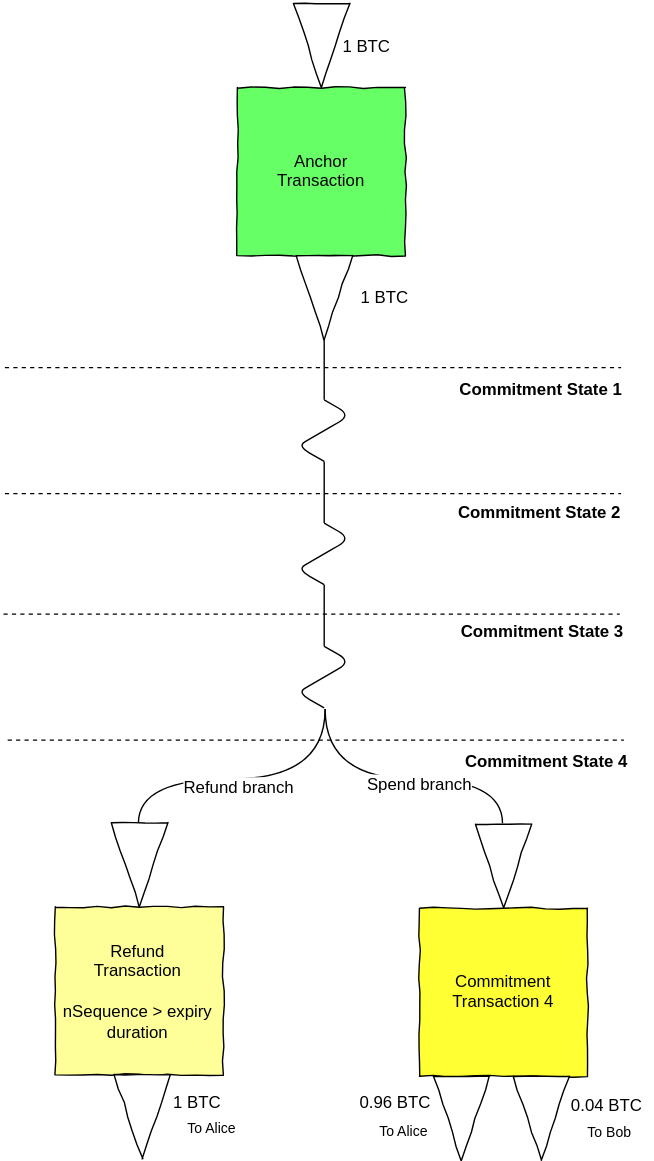
Before: Simple_Channel4.svg, a diagram exported from draw.io (PayChan/bitcoin-payment-channels-taxonomy). Source tidied: cells renumbered, new cells last; positions are measured from the earlier drawing's top-left corner, leaving out a move shared by most shapes.
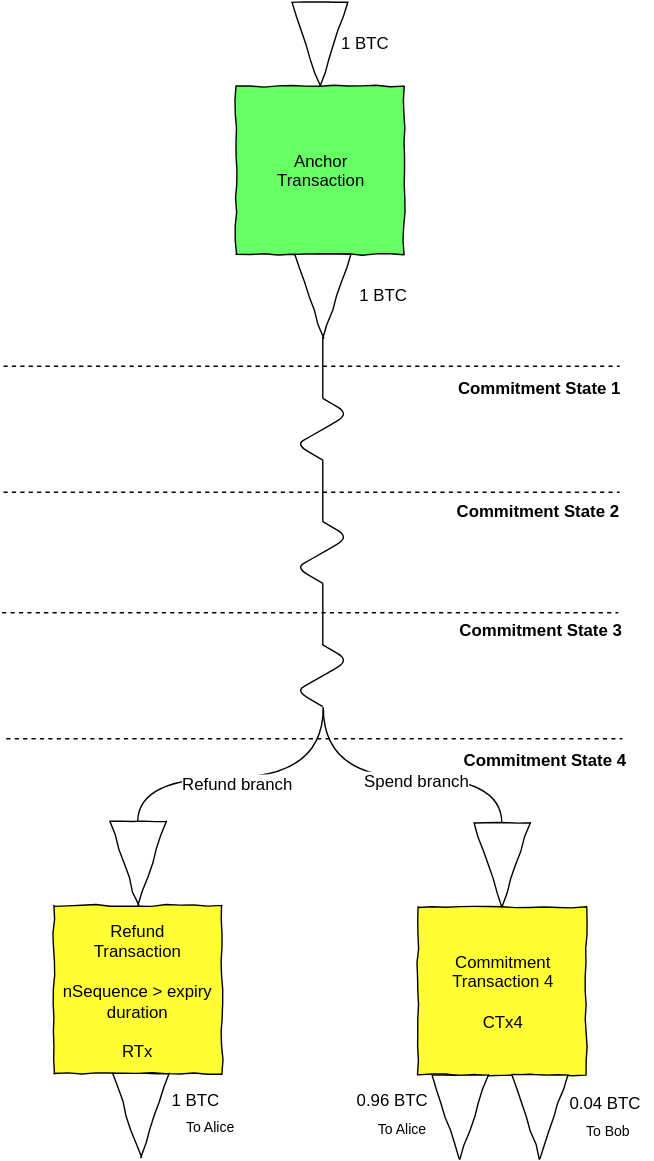
Later version of the same file.

Diff of the diagram source:
```diff
@@ -18,8 +18,8 @@
       <mxGeometry x="248" y="180" width="48" height="39" as="geometry" />
     </mxCell>
     <mxCell id="7" style="endArrow=none;html=1;edgeStyle=orthogonalEdgeStyle;endFill=0;curved=1;exitX=1;exitY=0.5;entryX=0;entryY=0.5;" parent="1" edge="1" target="17">
-      <mxGeometry x="921" y="3124" as="geometry">
-        <mxPoint x="229.7" y="493.7" as="sourcePoint" />
+      <mxGeometry x="953" y="5240" as="geometry">
+        <mxPoint x="229.3" y="493.7" as="sourcePoint" />
         <Array as="points">
           <mxPoint x="229" y="543.6" />
           <mxPoint x="356" y="543.6" />
@@ -32,13 +32,13 @@
       </mxGeometry>
     </mxCell>
     <mxCell id="9" value="Spend branch" style="text;html=1;align=center;verticalAlign=middle;labelBackgroundColor=#ffffff;" parent="1" vertex="1">
-      <mxGeometry x="296.7" y="545.7" as="geometry">
+      <mxGeometry x="296.3" y="545.7" as="geometry">
         <mxPoint x="12" y="2" as="offset" />
       </mxGeometry>
     </mxCell>
     <mxCell id="10" style="endArrow=none;html=1;edgeStyle=orthogonalEdgeStyle;endFill=0;curved=1;exitX=1;exitY=0.5;entryX=0;entryY=0.5;" parent="1" edge="1" target="14">
-      <mxGeometry x="631" y="3134" as="geometry">
-        <mxPoint x="229.7" y="493.7" as="sourcePoint" />
+      <mxGeometry x="663" y="5250" as="geometry">
+        <mxPoint x="229.3" y="493.7" as="sourcePoint" />
         <Array as="points">
           <mxPoint x="229" y="543.6" />
           <mxPoint x="96" y="543.6" />
@@ -51,11 +51,11 @@
       </mxGeometry>
     </mxCell>
     <mxCell id="12" value="Refund branch" style="text;html=1;align=center;verticalAlign=middle;labelBackgroundColor=#ffffff;" parent="1" vertex="1">
-      <mxGeometry x="167.3" y="547.7" as="geometry">
+      <mxGeometry x="167.8" y="547.7" as="geometry">
         <mxPoint x="-4" y="4" as="offset" />
       </mxGeometry>
     </mxCell>
-    <mxCell id="13" value="&lt;span&gt;Refund&lt;/span&gt;&lt;div&gt;Transaction&lt;/div&gt;&lt;div&gt;&lt;br&gt;&lt;/div&gt;&lt;div&gt;nSequence &amp;gt; expiry duration&lt;/div&gt;" style="whiteSpace=wrap;html=1;comic=1;fillColor=#FFFF99;" parent="1" vertex="1">
+    <mxCell id="13" value="&lt;span&gt;Refund&lt;/span&gt;&lt;div&gt;Transaction&lt;/div&gt;&lt;div&gt;&lt;br&gt;&lt;/div&gt;&lt;div&gt;nSequence &amp;gt; expiry duration&lt;/div&gt;&lt;div&gt;&lt;br&gt;&lt;/div&gt;&lt;div&gt;RTx&lt;/div&gt;" style="whiteSpace=wrap;html=1;comic=1;fillColor=#FFFF33;" parent="1" vertex="1">
       <mxGeometry x="37" y="635" width="120" height="120" as="geometry" />
     </mxCell>
     <mxCell id="14" style="triangle;whiteSpace=wrap;html=1;comic=1;rotation=90;" parent="1" vertex="1">
@@ -64,7 +64,7 @@
     <mxCell id="15" style="triangle;whiteSpace=wrap;html=1;comic=1;rotation=90;" parent="1" vertex="1">
       <mxGeometry x="69" y="765" width="60" height="40" as="geometry" />
     </mxCell>
-    <mxCell id="16" value="Commitment&lt;div&gt;Transaction 4&lt;/div&gt;" style="whiteSpace=wrap;html=1;comic=1;fillColor=#FFFF33;" parent="1" vertex="1">
+    <mxCell id="16" value="Commitment&lt;div&gt;Transaction 4&lt;/div&gt;&lt;div&gt;&lt;br&gt;&lt;/div&gt;&lt;div&gt;CTx4&lt;/div&gt;" style="whiteSpace=wrap;html=1;comic=1;fillColor=#FFFF33;" parent="1" vertex="1">
       <mxGeometry x="297" y="636" width="120" height="120" as="geometry" />
     </mxCell>
     <mxCell id="17" style="triangle;whiteSpace=wrap;html=1;comic=1;rotation=90;" parent="1" vertex="1">
@@ -95,61 +95,61 @@
       <mxGeometry x="403" y="784.6" width="59" height="20" as="geometry" />
     </mxCell>
     <mxCell id="26" style="endArrow=none;html=1;endFill=0;" parent="1" edge="1">
-      <mxGeometry x="906" y="2850" as="geometry">
+      <mxGeometry x="938" y="4966" as="geometry">
         <mxPoint x="229" y="229" as="sourcePoint" />
         <mxPoint x="229" y="273" as="targetPoint" />
       </mxGeometry>
     </mxCell>
     <mxCell id="27" style="endArrow=none;html=1;endFill=0;dashed=1;" parent="1" edge="1">
-      <mxGeometry x="680" y="3137" as="geometry">
+      <mxGeometry x="712" y="5253" as="geometry">
         <mxPoint x="3" y="516" as="sourcePoint" />
         <mxPoint x="443" y="516" as="targetPoint" />
       </mxGeometry>
     </mxCell>
     <mxCell id="28" style="endArrow=none;html=1;endFill=0;dashed=1;" parent="1" edge="1">
-      <mxGeometry x="678" y="2871" as="geometry">
+      <mxGeometry x="710" y="4987" as="geometry">
         <mxPoint x="1" y="250" as="sourcePoint" />
         <mxPoint x="441" y="250" as="targetPoint" />
       </mxGeometry>
     </mxCell>
     <mxCell id="29" style="endArrow=none;html=1;endFill=0;" parent="1" edge="1">
-      <mxGeometry x="906" y="2938" as="geometry">
+      <mxGeometry x="938" y="5054" as="geometry">
         <mxPoint x="229" y="317" as="sourcePoint" />
         <mxPoint x="229" y="361" as="targetPoint" />
       </mxGeometry>
     </mxCell>
     <mxCell id="30" style="endArrow=none;html=1;endFill=0;edgeStyle=isometricEdgeStyle;elbow=vertical;" parent="1" edge="1">
-      <mxGeometry x="906" y="2894" as="geometry">
+      <mxGeometry x="938" y="5010" as="geometry">
         <mxPoint x="229" y="273" as="sourcePoint" />
         <mxPoint x="229" y="317" as="targetPoint" />
       </mxGeometry>
     </mxCell>
     <mxCell id="31" style="endArrow=none;html=1;endFill=0;" parent="1" edge="1">
-      <mxGeometry x="906" y="3026" as="geometry">
+      <mxGeometry x="938" y="5142" as="geometry">
         <mxPoint x="229" y="405" as="sourcePoint" />
         <mxPoint x="229" y="449" as="targetPoint" />
       </mxGeometry>
     </mxCell>
     <mxCell id="32" style="endArrow=none;html=1;endFill=0;edgeStyle=isometricEdgeStyle;elbow=vertical;" parent="1" edge="1">
-      <mxGeometry x="906" y="2982" as="geometry">
+      <mxGeometry x="938" y="5098" as="geometry">
         <mxPoint x="229" y="361" as="sourcePoint" />
         <mxPoint x="229" y="405" as="targetPoint" />
       </mxGeometry>
     </mxCell>
     <mxCell id="33" style="endArrow=none;html=1;endFill=0;dashed=1;" parent="1" edge="1">
-      <mxGeometry x="678" y="2961" as="geometry">
+      <mxGeometry x="710" y="5077" as="geometry">
         <mxPoint x="1" y="340" as="sourcePoint" />
         <mxPoint x="441" y="340" as="targetPoint" />
       </mxGeometry>
     </mxCell>
     <mxCell id="34" style="endArrow=none;html=1;endFill=0;edgeStyle=isometricEdgeStyle;elbow=vertical;" parent="1" edge="1">
-      <mxGeometry x="906" y="3070" as="geometry">
+      <mxGeometry x="938" y="5186" as="geometry">
         <mxPoint x="229" y="449" as="sourcePoint" />
         <mxPoint x="229" y="493" as="targetPoint" />
       </mxGeometry>
     </mxCell>
     <mxCell id="35" style="endArrow=none;html=1;endFill=0;dashed=1;" parent="1" edge="1">
-      <mxGeometry x="677" y="3047" as="geometry">
+      <mxGeometry x="709" y="5163" as="geometry">
         <mxPoint y="426" as="sourcePoint" />
         <mxPoint x="440" y="426" as="targetPoint" />
       </mxGeometry>
```
